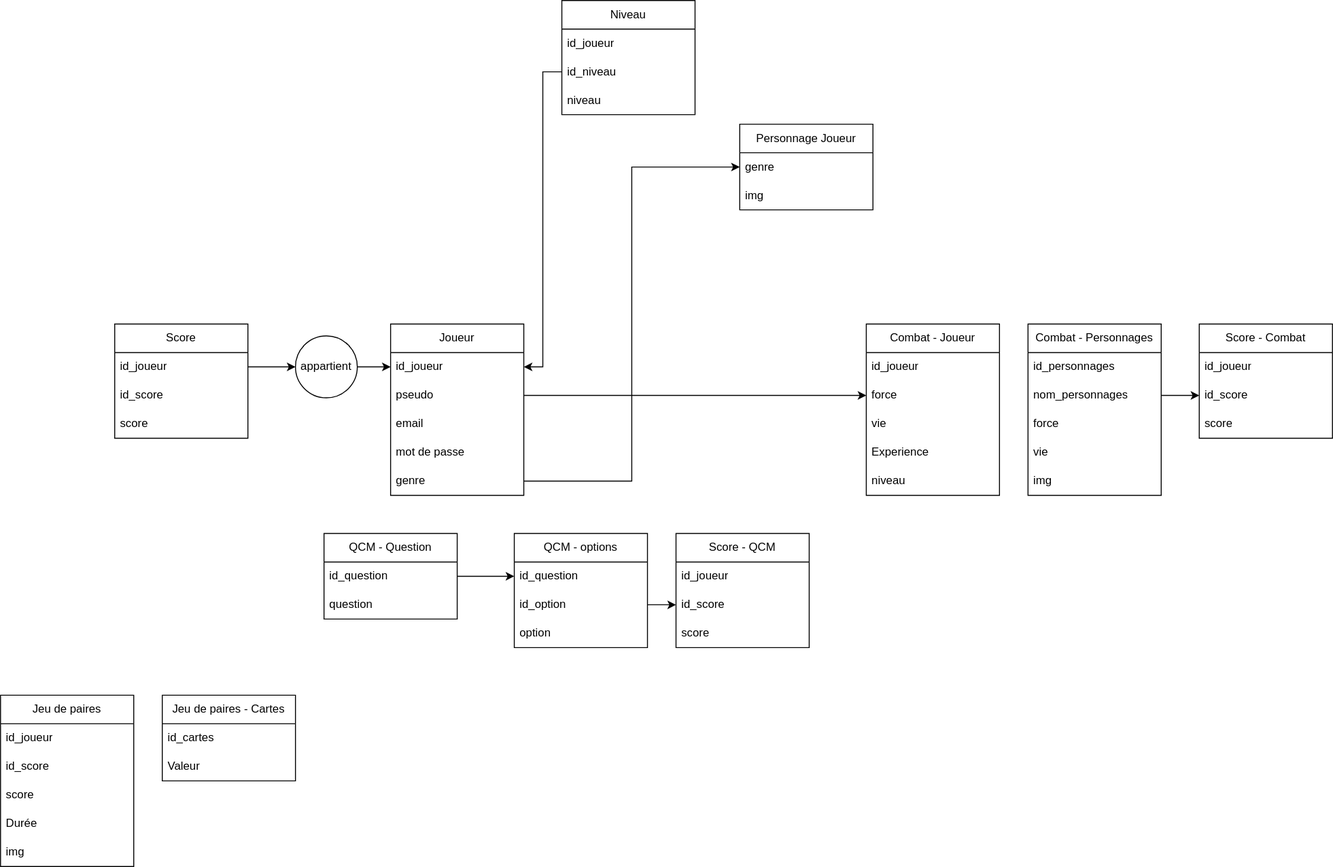
This is BDD.svg from Oreki2004/Projet-Final-6TTSI, a draw.io export, as it was before one commit. Source tidied: cells renumbered, new cells last; positions are measured from the earlier drawing's top-left corner, leaving out a move shared by most shapes.
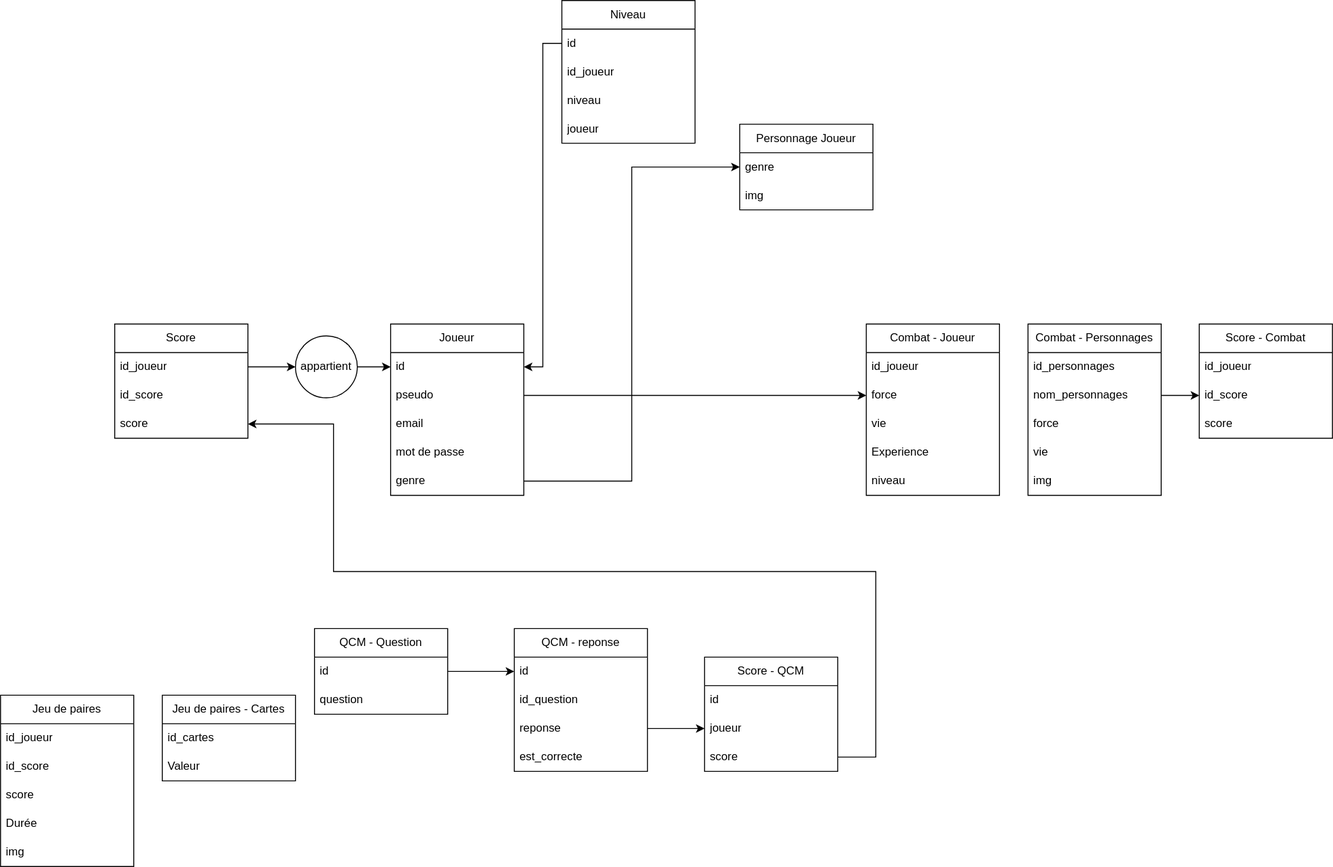
Later version of the same file.

Change to the diagram source:
```diff
@@ -17,7 +17,7 @@
     <mxCell id="6" value="Joueur" style="swimlane;fontStyle=0;horizontal=1;startSize=30;whiteSpace=wrap;html=1;" parent="1" vertex="1">
       <mxGeometry x="410" y="340" width="140" height="180" as="geometry" />
     </mxCell>
-    <mxCell id="7" value="id_joueur" style="text;strokeColor=none;fillColor=none;align=left;verticalAlign=middle;spacingLeft=4;spacingRight=4;overflow=hidden;points=[[0,0.5],[1,0.5]];portConstraint=eastwest;whiteSpace=wrap;html=1;" parent="6" vertex="1">
+    <mxCell id="7" value="id" style="text;strokeColor=none;fillColor=none;align=left;verticalAlign=middle;spacingLeft=4;spacingRight=4;overflow=hidden;points=[[0,0.5],[1,0.5]];portConstraint=eastwest;whiteSpace=wrap;html=1;" parent="6" vertex="1">
       <mxGeometry y="30" width="140" height="30" as="geometry" />
     </mxCell>
     <mxCell id="8" value="pseudo" style="text;strokeColor=none;fillColor=none;align=left;verticalAlign=middle;spacingLeft=4;spacingRight=4;overflow=hidden;points=[[0,0.5],[1,0.5]];portConstraint=eastwest;whiteSpace=wrap;html=1;" parent="6" vertex="1">
@@ -33,17 +33,20 @@
       <mxGeometry y="150" width="140" height="30" as="geometry" />
     </mxCell>
     <mxCell id="12" value="Niveau" style="swimlane;fontStyle=0;horizontal=1;startSize=30;whiteSpace=wrap;html=1;" parent="1" vertex="1">
-      <mxGeometry x="590" width="140" height="120" as="geometry" />
+      <mxGeometry x="590" width="140" height="150" as="geometry" />
     </mxCell>
+    <mxCell id="14" value="id" style="text;strokeColor=none;fillColor=none;align=left;verticalAlign=middle;spacingLeft=4;spacingRight=4;overflow=hidden;points=[[0,0.5],[1,0.5]];portConstraint=eastwest;whiteSpace=wrap;html=1;" parent="12" vertex="1">
+      <mxGeometry y="30" width="140" height="30" as="geometry" />
+    </mxCell>
     <mxCell id="13" value="id_joueur" style="text;strokeColor=none;fillColor=none;align=left;verticalAlign=middle;spacingLeft=4;spacingRight=4;overflow=hidden;whiteSpace=wrap;html=1;" parent="12" vertex="1">
-      <mxGeometry y="30" width="140" height="30" as="geometry" />
+      <mxGeometry y="60" width="140" height="30" as="geometry" />
     </mxCell>
-    <mxCell id="14" value="id_niveau" style="text;strokeColor=none;fillColor=none;align=left;verticalAlign=middle;spacingLeft=4;spacingRight=4;overflow=hidden;points=[[0,0.5],[1,0.5]];portConstraint=eastwest;whiteSpace=wrap;html=1;" parent="12" vertex="1">
-      <mxGeometry y="60" width="140" height="30" as="geometry" />
-    </mxCell>
     <mxCell id="15" value="niveau" style="text;strokeColor=none;fillColor=none;align=left;verticalAlign=middle;spacingLeft=4;spacingRight=4;overflow=hidden;whiteSpace=wrap;html=1;" parent="12" vertex="1">
       <mxGeometry y="90" width="140" height="30" as="geometry" />
     </mxCell>
+    <mxCell id="64" value="joueur" style="text;strokeColor=none;fillColor=none;align=left;verticalAlign=middle;spacingLeft=4;spacingRight=4;overflow=hidden;whiteSpace=wrap;html=1;" parent="12" vertex="1">
+      <mxGeometry y="120" width="140" height="30" as="geometry" />
+    </mxCell>
     <mxCell id="16" value="Combat - Personnages" style="swimlane;fontStyle=0;horizontal=1;startSize=30;whiteSpace=wrap;html=1;" parent="1" vertex="1">
       <mxGeometry x="1080" y="340" width="140" height="180" as="geometry" />
     </mxCell>
@@ -75,25 +78,28 @@
       <mxGeometry x="310" y="352.5" width="65" height="65" as="geometry" />
     </mxCell>
     <mxCell id="26" value="QCM - Question" style="swimlane;fontStyle=0;horizontal=1;startSize=30;whiteSpace=wrap;html=1;" parent="1" vertex="1">
-      <mxGeometry x="340" y="560" width="140" height="90" as="geometry" />
+      <mxGeometry x="330" y="660" width="140" height="90" as="geometry" />
     </mxCell>
-    <mxCell id="27" value="id_question" style="text;strokeColor=none;fillColor=none;align=left;verticalAlign=middle;spacingLeft=4;spacingRight=4;overflow=hidden;points=[[0,0.5],[1,0.5]];portConstraint=eastwest;whiteSpace=wrap;html=1;" parent="26" vertex="1">
+    <mxCell id="27" value="id" style="text;strokeColor=none;fillColor=none;align=left;verticalAlign=middle;spacingLeft=4;spacingRight=4;overflow=hidden;points=[[0,0.5],[1,0.5]];portConstraint=eastwest;whiteSpace=wrap;html=1;" parent="26" vertex="1">
       <mxGeometry y="30" width="140" height="30" as="geometry" />
     </mxCell>
     <mxCell id="28" value="question" style="text;strokeColor=none;fillColor=none;align=left;verticalAlign=middle;spacingLeft=4;spacingRight=4;overflow=hidden;whiteSpace=wrap;html=1;" parent="26" vertex="1">
       <mxGeometry y="60" width="140" height="30" as="geometry" />
     </mxCell>
-    <mxCell id="29" value="QCM - options" style="swimlane;fontStyle=0;horizontal=1;startSize=30;whiteSpace=wrap;html=1;" parent="1" vertex="1">
-      <mxGeometry x="540" y="560" width="140" height="120" as="geometry" />
+    <mxCell id="29" value="QCM - reponse" style="swimlane;fontStyle=0;horizontal=1;startSize=30;whiteSpace=wrap;html=1;" parent="1" vertex="1">
+      <mxGeometry x="540" y="660" width="140" height="150" as="geometry" />
     </mxCell>
-    <mxCell id="30" value="&lt;span style=&quot;font-weight: normal;&quot;&gt;id_question&lt;/span&gt;" style="text;strokeColor=none;fillColor=none;align=left;verticalAlign=middle;spacingLeft=4;spacingRight=4;overflow=hidden;points=[[0,0.5],[1,0.5]];portConstraint=eastwest;whiteSpace=wrap;html=1;fontStyle=1;" parent="29" vertex="1">
+    <mxCell id="30" value="&lt;span style=&quot;font-weight: normal;&quot;&gt;id&lt;/span&gt;" style="text;strokeColor=none;fillColor=none;align=left;verticalAlign=middle;spacingLeft=4;spacingRight=4;overflow=hidden;points=[[0,0.5],[1,0.5]];portConstraint=eastwest;whiteSpace=wrap;html=1;fontStyle=1;" parent="29" vertex="1">
       <mxGeometry y="30" width="140" height="30" as="geometry" />
     </mxCell>
+    <mxCell id="65" value="&lt;span style=&quot;font-weight: normal;&quot;&gt;id_question&lt;/span&gt;" style="text;strokeColor=none;fillColor=none;align=left;verticalAlign=middle;spacingLeft=4;spacingRight=4;overflow=hidden;whiteSpace=wrap;html=1;fontStyle=1;" parent="29" vertex="1">
+      <mxGeometry y="60" width="140" height="30" as="geometry" />
+    </mxCell>
-    <mxCell id="31" value="id_option" style="text;strokeColor=none;fillColor=none;align=left;verticalAlign=middle;spacingLeft=4;spacingRight=4;overflow=hidden;points=[[0,0.5],[1,0.5]];portConstraint=eastwest;whiteSpace=wrap;html=1;" parent="29" vertex="1">
-      <mxGeometry y="60" width="140" height="30" as="geometry" />
+    <mxCell id="31" value="reponse" style="text;strokeColor=none;fillColor=none;align=left;verticalAlign=middle;spacingLeft=4;spacingRight=4;overflow=hidden;points=[[0,0.5],[1,0.5]];portConstraint=eastwest;whiteSpace=wrap;html=1;" parent="29" vertex="1">
+      <mxGeometry y="90" width="140" height="30" as="geometry" />
     </mxCell>
-    <mxCell id="32" value="option" style="text;strokeColor=none;fillColor=none;align=left;verticalAlign=middle;spacingLeft=4;spacingRight=4;overflow=hidden;whiteSpace=wrap;html=1;" parent="29" vertex="1">
-      <mxGeometry y="90" width="140" height="30" as="geometry" />
+    <mxCell id="32" value="est_correcte" style="text;strokeColor=none;fillColor=none;align=left;verticalAlign=middle;spacingLeft=4;spacingRight=4;overflow=hidden;whiteSpace=wrap;html=1;" parent="29" vertex="1">
+      <mxGeometry y="120" width="140" height="30" as="geometry" />
     </mxCell>
     <mxCell id="33" style="edgeStyle=orthogonalEdgeStyle;rounded=0;jettySize=auto;html=1;entryX=0;entryY=0.5;entryDx=0;entryDy=0;" parent="1" edge="1" source="27" target="30">
       <mxGeometry relative="1" as="geometry" />
@@ -122,12 +128,12 @@
       </mxGeometry>
     </mxCell>
     <mxCell id="41" value="Score - QCM" style="swimlane;fontStyle=0;horizontal=1;startSize=30;whiteSpace=wrap;html=1;" parent="1" vertex="1">
-      <mxGeometry x="710" y="560" width="140" height="120" as="geometry" />
+      <mxGeometry x="740" y="690" width="140" height="120" as="geometry" />
     </mxCell>
-    <mxCell id="42" value="id_joueur" style="text;strokeColor=none;fillColor=none;align=left;verticalAlign=middle;spacingLeft=4;spacingRight=4;overflow=hidden;whiteSpace=wrap;html=1;" parent="41" vertex="1">
+    <mxCell id="42" value="id" style="text;strokeColor=none;fillColor=none;align=left;verticalAlign=middle;spacingLeft=4;spacingRight=4;overflow=hidden;whiteSpace=wrap;html=1;" parent="41" vertex="1">
       <mxGeometry y="30" width="140" height="30" as="geometry" />
     </mxCell>
-    <mxCell id="43" value="id_score" style="text;strokeColor=none;fillColor=none;align=left;verticalAlign=middle;spacingLeft=4;spacingRight=4;overflow=hidden;points=[[0,0.5],[1,0.5]];portConstraint=eastwest;whiteSpace=wrap;html=1;" parent="41" vertex="1">
+    <mxCell id="43" value="joueur" style="text;strokeColor=none;fillColor=none;align=left;verticalAlign=middle;spacingLeft=4;spacingRight=4;overflow=hidden;points=[[0,0.5],[1,0.5]];portConstraint=eastwest;whiteSpace=wrap;html=1;" parent="41" vertex="1">
       <mxGeometry y="60" width="140" height="30" as="geometry" />
     </mxCell>
     <mxCell id="44" value="score" style="text;strokeColor=none;fillColor=none;align=left;verticalAlign=middle;spacingLeft=4;spacingRight=4;overflow=hidden;points=[[0,0.5],[1,0.5]];portConstraint=eastwest;whiteSpace=wrap;html=1;" parent="41" vertex="1">
@@ -190,5 +196,15 @@
     <mxCell id="63" style="edgeStyle=orthogonalEdgeStyle;rounded=0;jettySize=auto;html=1;entryX=0;entryY=0.5;entryDx=0;entryDy=0;" parent="1" edge="1" source="11" target="61">
       <mxGeometry relative="1" as="geometry" />
     </mxCell>
+    <mxCell id="66" style="edgeStyle=orthogonalEdgeStyle;rounded=0;jettySize=auto;html=1;entryX=1;entryY=0.5;entryDx=0;entryDy=0;" parent="1" edge="1" source="44" target="5">
+      <mxGeometry relative="1" as="geometry">
+        <Array as="points">
+          <mxPoint x="920" y="795" />
+          <mxPoint x="920" y="600" />
+          <mxPoint x="350" y="600" />
+          <mxPoint x="350" y="445" />
+        </Array>
+      </mxGeometry>
+    </mxCell>
   </root>
 </mxGraphModel>
```
